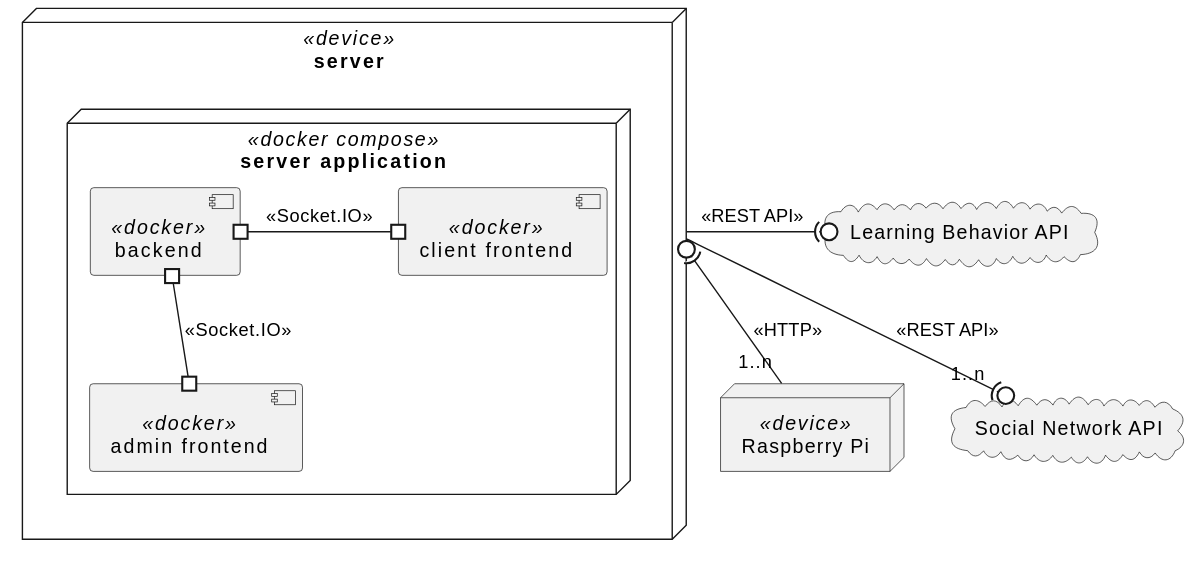
The PlantUML diagram doc/assets/deployment.svg in WallCaster/WallCaster, before a commit.
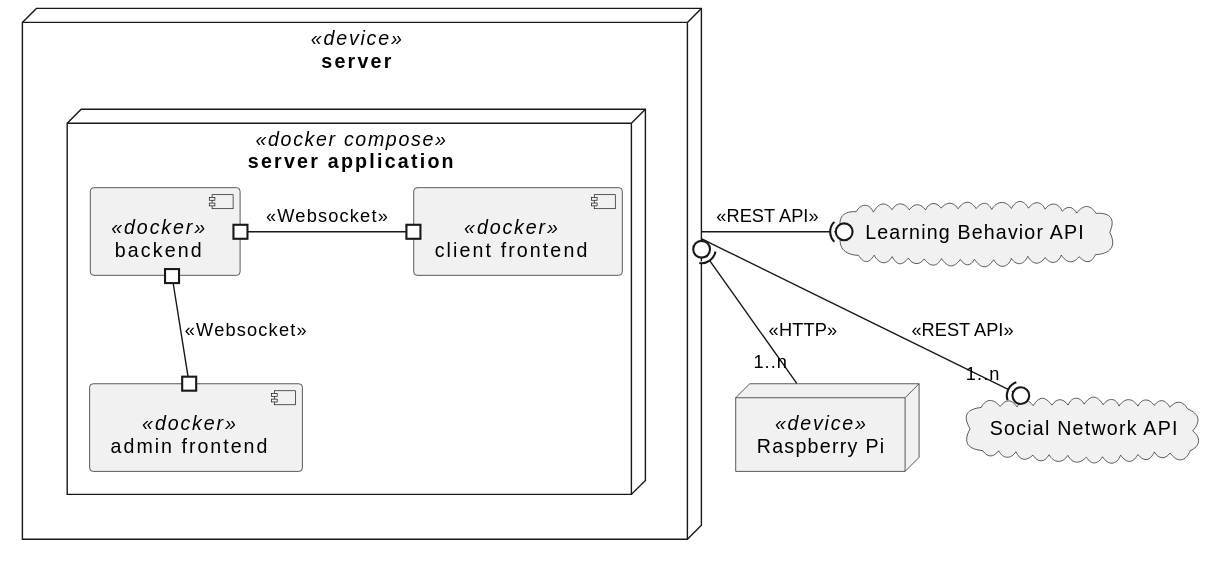
Later version of the same file.

Commit message:
update deployment diagram

The edit, as a diff of the source:
```diff
@@ -16,6 +16,6 @@
 srv --(0 api: <<REST API>> "1..n"
 srv -(0 lbr: <<REST API>>
 srv 0)-- rpi: <<HTTP>> "1..n"
-bck #--# afr: <<Socket.IO>>
-bck #-# cfr: <<Socket.IO>>
+bck #--# afr: <<Websocket>>
+bck #-# cfr: <<Websocket>>
 @enduml
```
